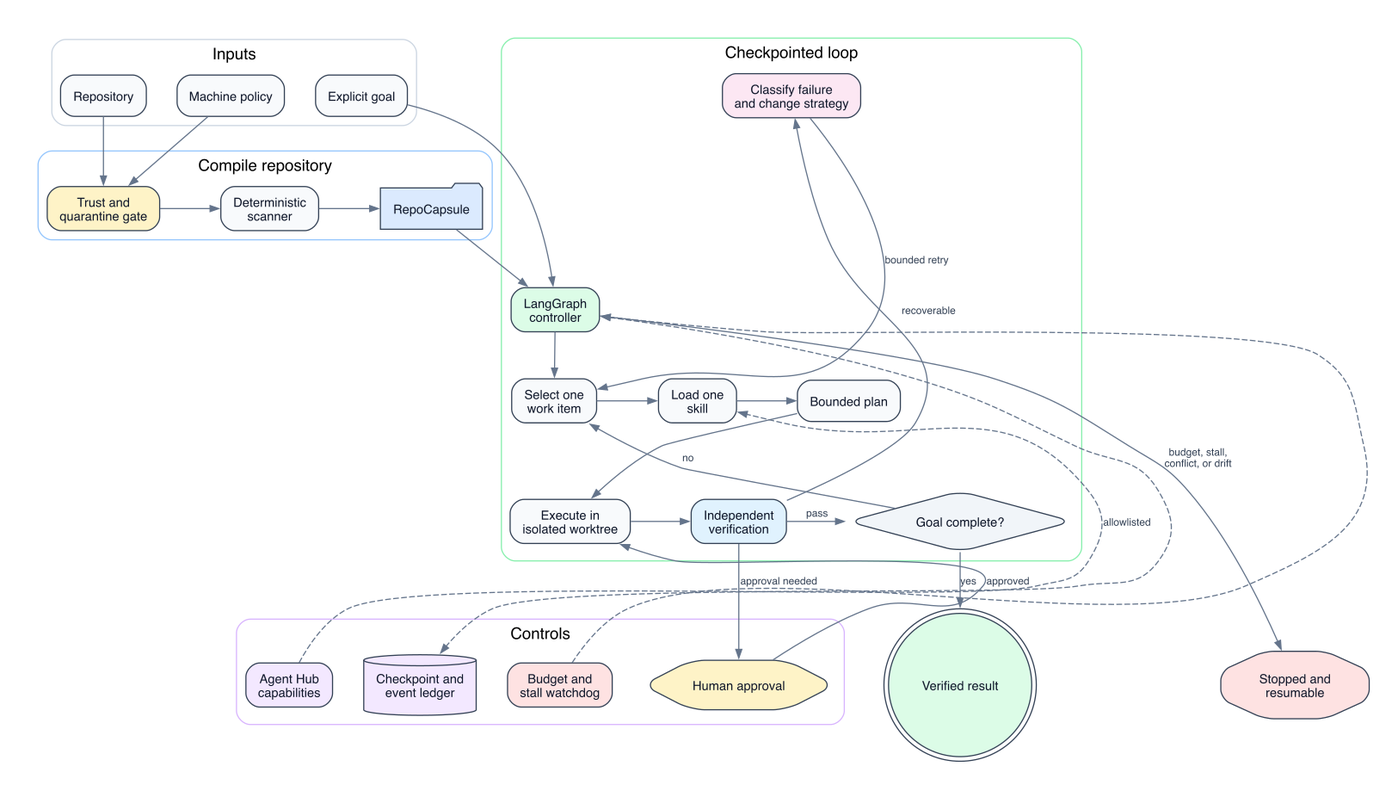
This is docs/workflow.png from josephkehan-prog/repo-loop-harness, a Graphviz export, as it was before one commit. Its source is kept beside it as docs/workflow.dot.
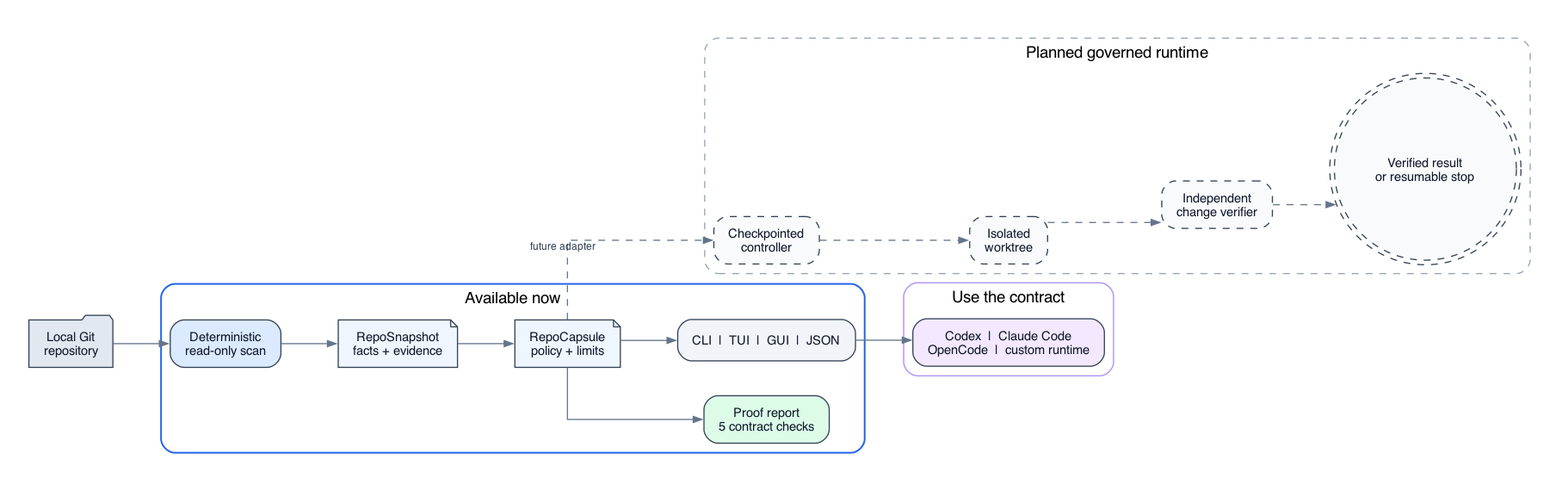
The same file after the commit.

Diff of the diagram source:
```diff
@@ -1,11 +1,11 @@
-digraph RepoLoopHarness {
+digraph RepoLoopWorkflow {
   graph [
-    rankdir=TB,
+    rankdir=LR,
     bgcolor="#FFFFFF",
     pad="0.35",
-    nodesep="0.38",
-    ranksep="0.55",
-    splines=spline,
+    nodesep="0.42",
+    ranksep="0.70",
+    splines=ortho,
     newrank=true,
     fontname="Helvetica"
   ];
@@ -18,7 +18,7 @@
     fontcolor="#0F172A",
     fontname="Helvetica",
     fontsize=11,
-    margin="0.16,0.10"
+    margin="0.18,0.12"
   ];
 
   edge [
@@ -29,78 +29,50 @@
     arrowsize=0.75
   ];
 
-  subgraph cluster_inputs {
-    label="Inputs";
-    color="#CBD5E1";
+  repo [label="Local Git\nrepository", shape=folder, fillcolor="#E2E8F0"];
+
+  subgraph cluster_current {
+    label="Available now";
+    color="#2563EB";
+    penwidth=1.5;
     style="rounded";
-    repo [label="Repository"];
-    goal [label="Explicit goal"];
-    policy [label="Machine policy"];
-    { rank=same; repo; goal; policy; }
+
+    scan [label="Deterministic\nread-only scan", fillcolor="#DBEAFE"];
+    snapshot [label="RepoSnapshot\nfacts + evidence", shape=note, fillcolor="#EFF6FF"];
+    capsule [label="RepoCapsule\npolicy + limits", shape=note, fillcolor="#EFF6FF"];
+    proof [label="Proof report\n5 contract checks", fillcolor="#DCFCE7"];
+    interfaces [label="CLI  |  TUI  |  GUI  |  JSON", fillcolor="#F1F5F9"];
+
+    scan -> snapshot;
+    snapshot -> capsule;
+    capsule -> proof;
+    capsule -> interfaces;
   }
 
-  subgraph cluster_compile {
-    label="Compile repository";
-    color="#93C5FD";
+  subgraph cluster_consumers {
+    label="Use the contract";
+    color="#A78BFA";
     style="rounded";
-    trust [label="Trust and\nquarantine gate", fillcolor="#FEF3C7"];
-    scan [label="Deterministic\nscanner"];
-    capsule [label="RepoCapsule", shape=folder, fillcolor="#DBEAFE"];
-    { rank=same; trust; scan; capsule; }
-    trust -> scan;
-    scan -> capsule;
+
+    agents [label="Codex  |  Claude Code\nOpenCode  |  custom runtime", fillcolor="#F3E8FF"];
   }
 
-  subgraph cluster_runtime {
-    label="Checkpointed loop";
-    color="#86EFAC";
-    style="rounded";
-    controller [label="LangGraph\ncontroller", fillcolor="#DCFCE7"];
-    select [label="Select one\nwork item"];
-    skill [label="Load one\nskill"];
-    plan [label="Bounded plan"];
-    execute [label="Execute in\nisolated worktree"];
-    verify [label="Independent\nverification", fillcolor="#E0F2FE"];
-    decide [label="Goal complete?", shape=diamond, fillcolor="#F1F5F9"];
-    reflect [label="Classify failure\nand change strategy", fillcolor="#FCE7F3"];
+  subgraph cluster_planned {
+    label="Planned governed runtime";
+    color="#94A3B8";
+    style="rounded,dashed";
 
-    controller -> select;
-    select -> skill;
-    skill -> plan;
-    plan -> execute;
-    execute -> verify;
-    verify -> decide [label="pass"];
-    verify -> reflect [label="recoverable", constraint=false];
-    reflect -> select [label="bounded retry", constraint=false];
-    decide -> select [label="no", constraint=false];
-    { rank=same; select; skill; plan; }
-    { rank=same; execute; verify; decide; }
+    controller [label="Checkpointed\ncontroller", style="rounded,filled,dashed", fillcolor="#F8FAFC"];
+    worktree [label="Isolated\nworktree", style="rounded,filled,dashed", fillcolor="#F8FAFC"];
+    verify [label="Independent\nchange verifier", style="rounded,filled,dashed", fillcolor="#F8FAFC"];
+    result [label="Verified result\nor resumable stop", shape=doublecircle, style="filled,dashed", fillcolor="#F8FAFC"];
+
+    controller -> worktree [style=dashed];
+    worktree -> verify [style=dashed];
+    verify -> result [style=dashed];
   }
 
-  subgraph cluster_controls {
-    label="Controls";
-    color="#D8B4FE";
-    style="rounded";
-    hub [label="Agent Hub\ncapabilities", fillcolor="#F3E8FF"];
-    checkpoints [label="Checkpoint and\nevent ledger", shape=cylinder, fillcolor="#F3E8FF"];
-    watchdog [label="Budget and\nstall watchdog", fillcolor="#FEE2E2"];
-    human [label="Human approval", shape=hexagon, fillcolor="#FEF3C7"];
-    { rank=same; hub; checkpoints; watchdog; human; }
-  }
-
-  complete [label="Verified result", shape=doublecircle, fillcolor="#DCFCE7"];
-  stopped [label="Stopped and\nresumable", shape=octagon, fillcolor="#FEE2E2"];
-  { rank=same; complete; stopped; }
-
-  repo -> trust;
-  goal -> controller;
-  policy -> trust;
-  capsule -> controller;
-  hub -> skill [style=dashed, label="allowlisted", constraint=false];
-  controller -> checkpoints [dir=both, style=dashed, constraint=false];
-  watchdog -> controller [style=dashed, constraint=false];
-  verify -> human [label="approval needed"];
-  human -> execute [label="approved", constraint=false];
-  decide -> complete [label="yes"];
-  controller -> stopped [label="budget, stall,\nconflict, or drift"];
+  repo -> scan;
+  interfaces -> agents;
+  capsule -> controller [style=dashed, xlabel="future adapter"];
 }
```
